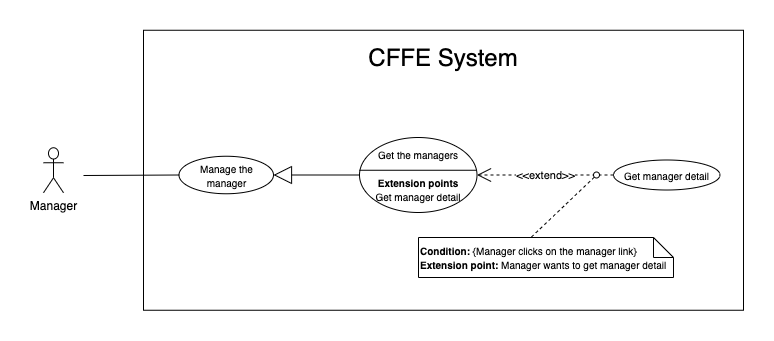
The draw.io diagram Users/HuuDN/UsecaseDiagram/Admin/Overview-GetManagerDetail.png in luannmdev/CapstoneDocument, before a commit. Source tidied: cells renumbered, new cells last; positions are measured from the earlier drawing's top-left corner, leaving out a move shared by most shapes.
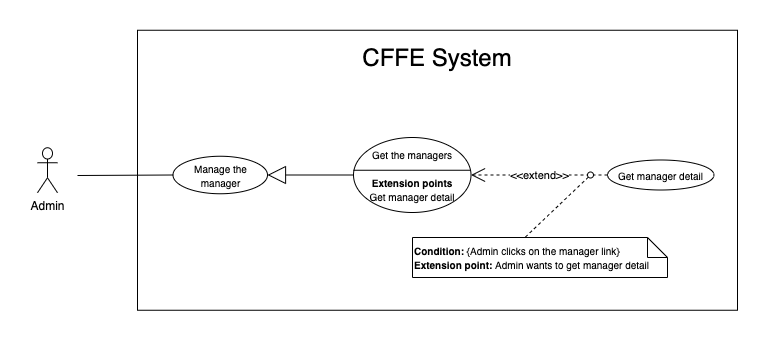
After the commit.

Change to the diagram source:
```diff
@@ -8,7 +8,7 @@
     <mxCell id="3" value="&lt;span style=&quot;font-size: 24px&quot;&gt;CFFE System&lt;/span&gt;" style="text;html=1;strokeColor=none;fillColor=none;align=center;verticalAlign=middle;whiteSpace=wrap;rounded=0;" parent="1" vertex="1">
       <mxGeometry x="235" y="17" width="330" height="20" as="geometry" />
     </mxCell>
-    <mxCell id="4" value="Manager" style="shape=umlActor;verticalLabelPosition=bottom;verticalAlign=top;html=1;" parent="1" vertex="1">
+    <mxCell id="4" value="Admin" style="shape=umlActor;verticalLabelPosition=bottom;verticalAlign=top;html=1;" parent="1" vertex="1">
       <mxGeometry y="117.2" width="20" height="45" as="geometry" />
     </mxCell>
     <mxCell id="5" style="endArrow=none;html=1;rounded=0;exitX=0;exitY=0.5;exitDx=0;exitDy=0;" parent="1" edge="1" source="13">
@@ -28,7 +28,7 @@
     <mxCell id="9" value="&amp;lt;&amp;lt;extend&amp;gt;&amp;gt;" style="endArrow=open;endSize=12;dashed=1;html=1;exitX=0;exitY=0.5;exitDx=0;exitDy=0;" parent="1" edge="1" source="8" target="6">
       <mxGeometry relative="1" as="geometry" />
     </mxCell>
-    <mxCell id="10" value="&lt;font style=&quot;font-size: 10px&quot;&gt;&lt;b&gt;Condition: &lt;/b&gt;{Manager clicks on the&amp;nbsp;&lt;span style=&quot;text-align: center&quot;&gt;manager&lt;/span&gt;&amp;nbsp;link}&lt;br&gt;&lt;b&gt;Extension point:&amp;nbsp;&lt;/b&gt;Manager&amp;nbsp;wants to get&amp;nbsp;&lt;span style=&quot;text-align: center&quot;&gt;manager&lt;/span&gt;&amp;nbsp;detail&lt;/font&gt;" style="shape=note;size=20;whiteSpace=wrap;html=1;align=left;" parent="1" vertex="1">
+    <mxCell id="10" value="&lt;font style=&quot;font-size: 10px&quot;&gt;&lt;b&gt;Condition: &lt;/b&gt;{Admin clicks on the&amp;nbsp;&lt;span style=&quot;text-align: center&quot;&gt;manager&lt;/span&gt;&amp;nbsp;link}&lt;br&gt;&lt;b&gt;Extension point:&amp;nbsp;&lt;/b&gt;Admin wants to get&amp;nbsp;&lt;span style=&quot;text-align: center&quot;&gt;manager&lt;/span&gt;&amp;nbsp;detail&lt;/font&gt;" style="shape=note;size=20;whiteSpace=wrap;html=1;align=left;" parent="1" vertex="1">
       <mxGeometry x="375" y="207" width="255" height="40" as="geometry" />
     </mxCell>
     <mxCell id="11" style="endArrow=none;dashed=1;html=1;entryX=0.441;entryY=0;entryDx=0;entryDy=0;entryPerimeter=0;exitX=0;exitY=1;exitDx=0;exitDy=0;" parent="1" edge="1" source="12" target="10">
```
